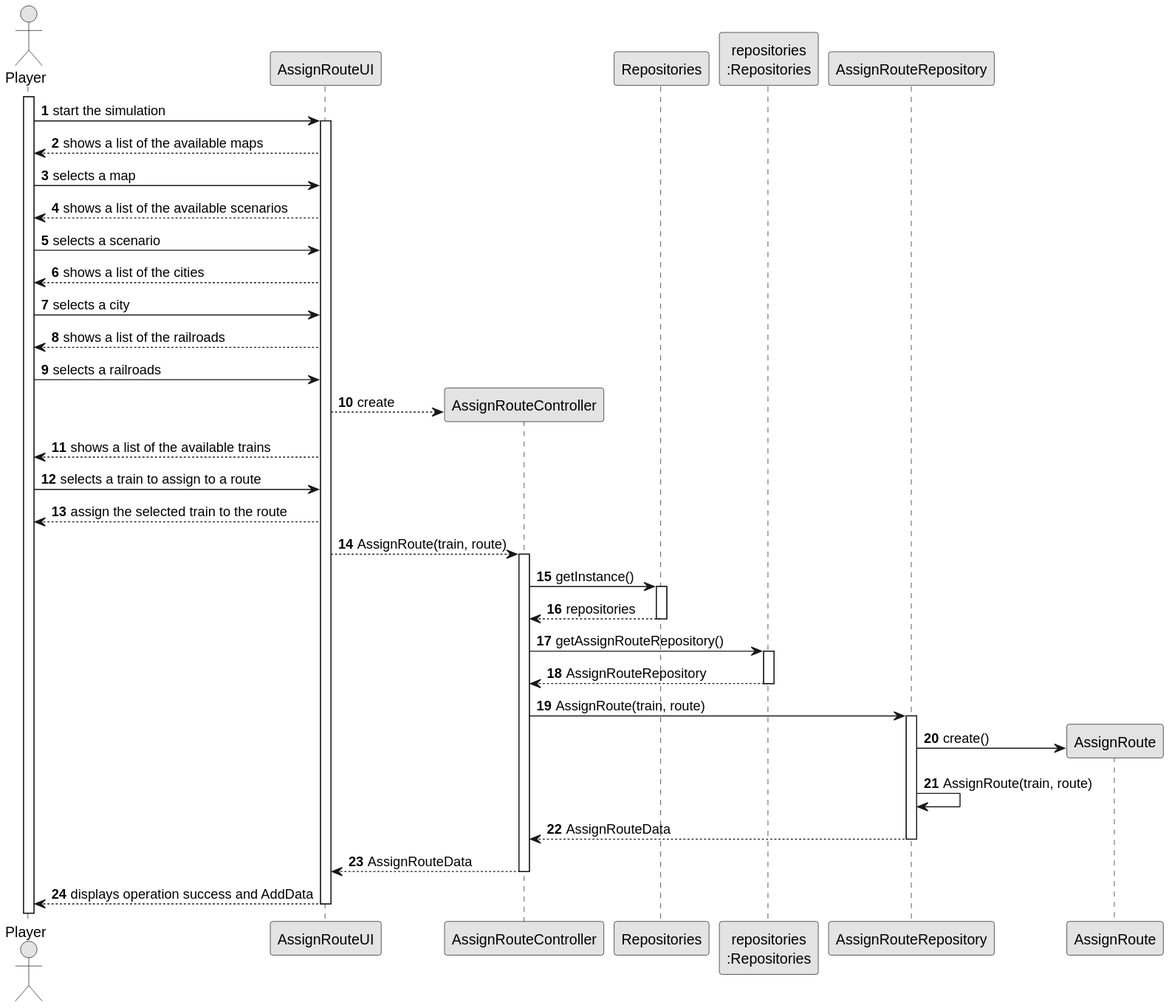
Above: docs/sprint3/us010/03.design/svg/us010-sequence-diagram-full.svg in ivasduarte/all-aboard (PlantUML), before the change. Source of this version:
```plantuml
@startuml
skinparam monochrome true
skinparam packageStyle rectangle
skinparam shadowing false

autonumber

actor "Player" as Editor
participant "AssignRouteUI" as UI

activate Editor

Editor -> UI : start the simulation
activate UI

UI --> Editor : shows a list of the available maps
Editor -> UI : selects a map
UI --> Editor : shows a list of the available scenarios
Editor -> UI : selects a scenario
UI --> Editor : shows a list of the cities
Editor -> UI : selects a city
UI --> Editor : shows a list of the railroads
Editor -> UI : selects a railroads


create "AssignRouteController" as CTRL
UI --> CTRL : create

participant "Repositories" as RepositorySingleton
participant "repositories\n:Repositories" as PLAT

UI --> Editor : shows a list of the available trains
Editor -> UI : selects a train to assign to a route
UI --> Editor : assign the selected train to the route


UI --> CTRL : AssignRoute(train, route)
activate CTRL

CTRL -> RepositorySingleton : getInstance()
activate RepositorySingleton
RepositorySingleton --> CTRL : repositories
deactivate RepositorySingleton

CTRL -> PLAT : getAssignRouteRepository()
activate PLAT
PLAT --> CTRL : AssignRouteRepository
deactivate PLAT

CTRL -> AssignRouteRepository : AssignRoute(train, route)
activate AssignRouteRepository

create "AssignRouteRepository\n:AssignRouteRepository" as AssignRouteRepository
create "AssignRoute" as AssignRoute
AssignRouteRepository -> AssignRoute : create()
AssignRouteRepository -> AssignRouteRepository : AssignRoute(train, route)

AssignRouteRepository --> CTRL : AssignRouteData
deactivate AssignRouteRepository

CTRL --> UI : AssignRouteData
deactivate CTRL

UI --> Editor : displays operation success and AddData
deactivate UI
@enduml
```
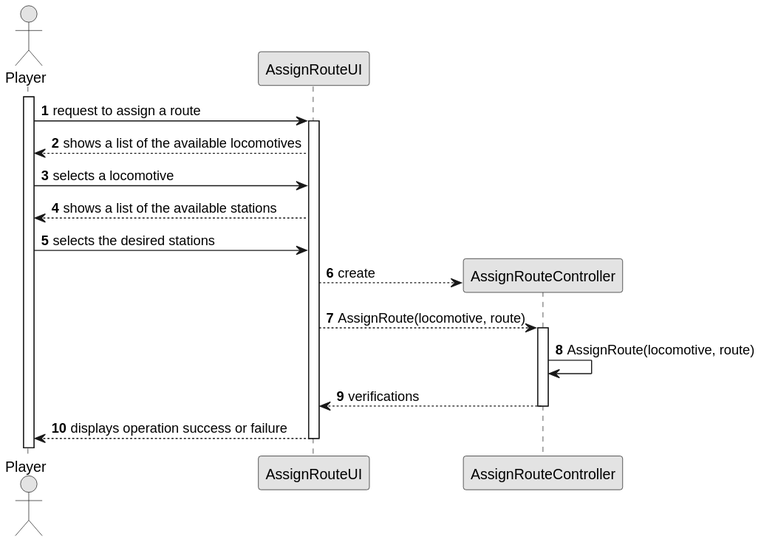
Later version of the same file.

Commit message:
US010(docs): Updated sequence diagram

Change to the diagram source:
```diff
@@ -10,57 +10,26 @@
 
 activate Editor
 
-Editor -> UI : start the simulation
+Editor -> UI : request to assign a route
 activate UI
 
-UI --> Editor : shows a list of the available maps
-Editor -> UI : selects a map
-UI --> Editor : shows a list of the available scenarios
-Editor -> UI : selects a scenario
-UI --> Editor : shows a list of the cities
-Editor -> UI : selects a city
-UI --> Editor : shows a list of the railroads
-Editor -> UI : selects a railroads
+UI --> Editor : shows a list of the available locomotives
+Editor -> UI : selects a locomotive
+UI --> Editor : shows a list of the available stations
+Editor -> UI : selects the desired stations
 
 
 create "AssignRouteController" as CTRL
 UI --> CTRL : create
 
-participant "Repositories" as RepositorySingleton
-participant "repositories\n:Repositories" as PLAT
-
-UI --> Editor : shows a list of the available trains
-Editor -> UI : selects a train to assign to a route
-UI --> Editor : assign the selected train to the route
-
-
-UI --> CTRL : AssignRoute(train, route)
+UI --> CTRL : AssignRoute(locomotive, route)
 activate CTRL
 
-CTRL -> RepositorySingleton : getInstance()
-activate RepositorySingleton
-RepositorySingleton --> CTRL : repositories
-deactivate RepositorySingleton
+CTRL -> CTRL : AssignRoute(locomotive, route)
 
-CTRL -> PLAT : getAssignRouteRepository()
-activate PLAT
-PLAT --> CTRL : AssignRouteRepository
-deactivate PLAT
-
-CTRL -> AssignRouteRepository : AssignRoute(train, route)
-activate AssignRouteRepository
-
-create "AssignRouteRepository\n:AssignRouteRepository" as AssignRouteRepository
-create "AssignRoute" as AssignRoute
-AssignRouteRepository -> AssignRoute : create()
-AssignRouteRepository -> AssignRouteRepository : AssignRoute(train, route)
-
-AssignRouteRepository --> CTRL : AssignRouteData
-deactivate AssignRouteRepository
-
-CTRL --> UI : AssignRouteData
+CTRL --> UI : verifications
 deactivate CTRL
 
-UI --> Editor : displays operation success and AddData
+UI --> Editor : displays operation success or failure
 deactivate UI
 @enduml
```
